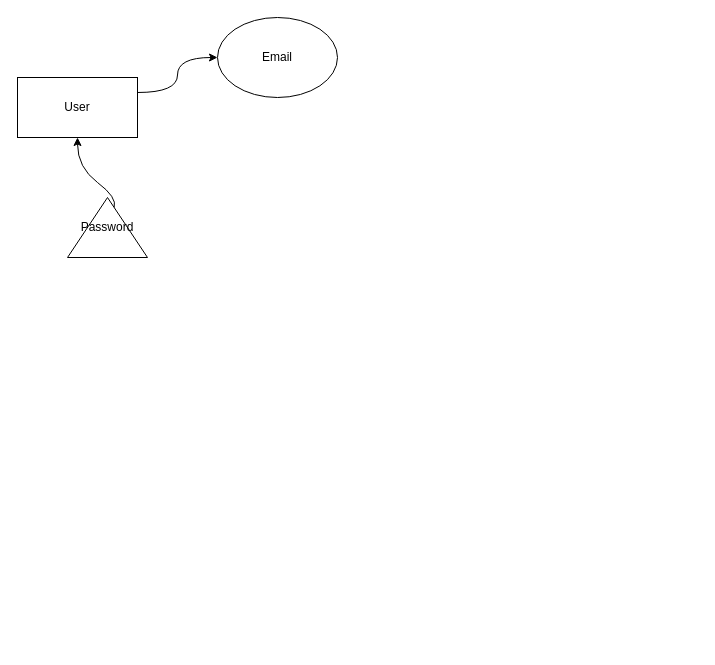
Before: week1/exercise.drawio in MackInSpace/2-SQL, a draw.io diagram. Source tidied: cells renumbered, new cells numbered last; positions are measured from the earlier drawing's top-left corner, leaving out a move shared by most shapes. Both pictures are drawn from the tidied source at 100%, with x=0, y=0 at pixel (17, 17).
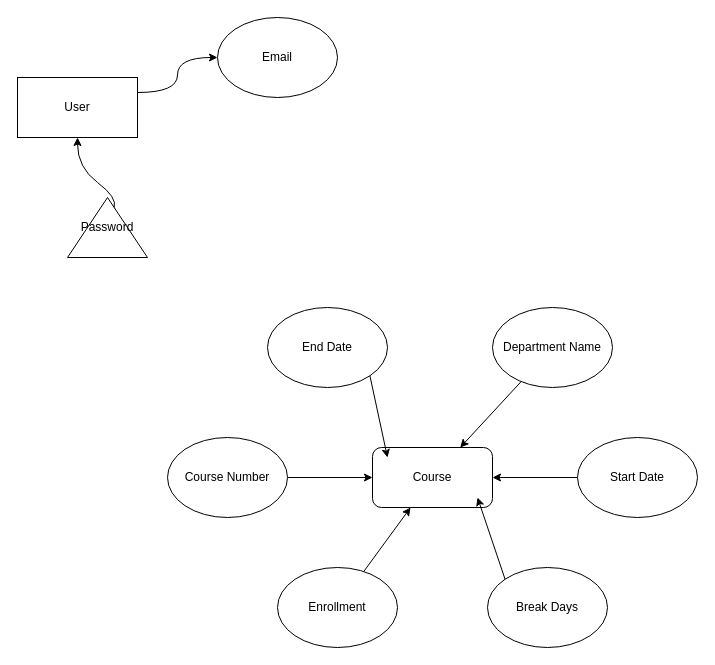
After the change.

What changed in the source:
```diff
@@
+    <mxCell id="7" value="Course" style="rounded=1;whiteSpace=wrap;html=1;" parent="1" vertex="1">
+      <mxGeometry x="355" y="430" width="120" height="60" as="geometry" />
+    </mxCell>
+    <mxCell id="8" style="edgeStyle=none;html=1;rounded=0;curved=0;" parent="1" edge="1" source="9" target="7">
+      <mxGeometry relative="1" as="geometry" />
+    </mxCell>
+    <mxCell id="9" value="Department Name" style="ellipse;whiteSpace=wrap;html=1;" parent="1" vertex="1">
+      <mxGeometry x="475" y="290" width="120" height="80" as="geometry" />
+    </mxCell>
+    <mxCell id="10" style="edgeStyle=none;html=1;" parent="1" edge="1" source="11" target="7">
+      <mxGeometry relative="1" as="geometry" />
+    </mxCell>
+    <mxCell id="11" value="Start Date" style="ellipse;whiteSpace=wrap;html=1;" parent="1" vertex="1">
+      <mxGeometry x="560" y="420" width="120" height="80" as="geometry" />
+    </mxCell>
+    <mxCell id="12" style="edgeStyle=none;html=1;" parent="1" edge="1" source="13" target="7">
+      <mxGeometry relative="1" as="geometry" />
+    </mxCell>
+    <mxCell id="13" value="Course Number" style="ellipse;whiteSpace=wrap;html=1;" parent="1" vertex="1">
+      <mxGeometry x="150" y="420" width="120" height="80" as="geometry" />
+    </mxCell>
+    <mxCell id="14" style="edgeStyle=none;html=1;" parent="1" edge="1" source="15" target="7">
+      <mxGeometry relative="1" as="geometry" />
+    </mxCell>
+    <mxCell id="15" value="Enrollment" style="ellipse;whiteSpace=wrap;html=1;" parent="1" vertex="1">
+      <mxGeometry x="260" y="550" width="120" height="80" as="geometry" />
+    </mxCell>
+    <mxCell id="16" value="End Date" style="ellipse;whiteSpace=wrap;html=1;" parent="1" vertex="1">
+      <mxGeometry x="250" y="290" width="120" height="80" as="geometry" />
+    </mxCell>
+    <mxCell id="17" value="Break Days" style="ellipse;whiteSpace=wrap;html=1;" parent="1" vertex="1">
+      <mxGeometry x="470" y="550" width="120" height="80" as="geometry" />
+    </mxCell>
+    <mxCell id="18" style="edgeStyle=none;html=1;exitX=1;exitY=1;exitDx=0;exitDy=0;entryX=0.125;entryY=0.167;entryDx=0;entryDy=0;entryPerimeter=0;" parent="1" edge="1" source="16" target="7">
+      <mxGeometry relative="1" as="geometry" />
+    </mxCell>
+    <mxCell id="19" style="edgeStyle=none;html=1;exitX=0;exitY=0;exitDx=0;exitDy=0;entryX=0.875;entryY=0.833;entryDx=0;entryDy=0;entryPerimeter=0;" parent="1" edge="1" source="17" target="7">
+      <mxGeometry relative="1" as="geometry" />
+    </mxCell>
```
